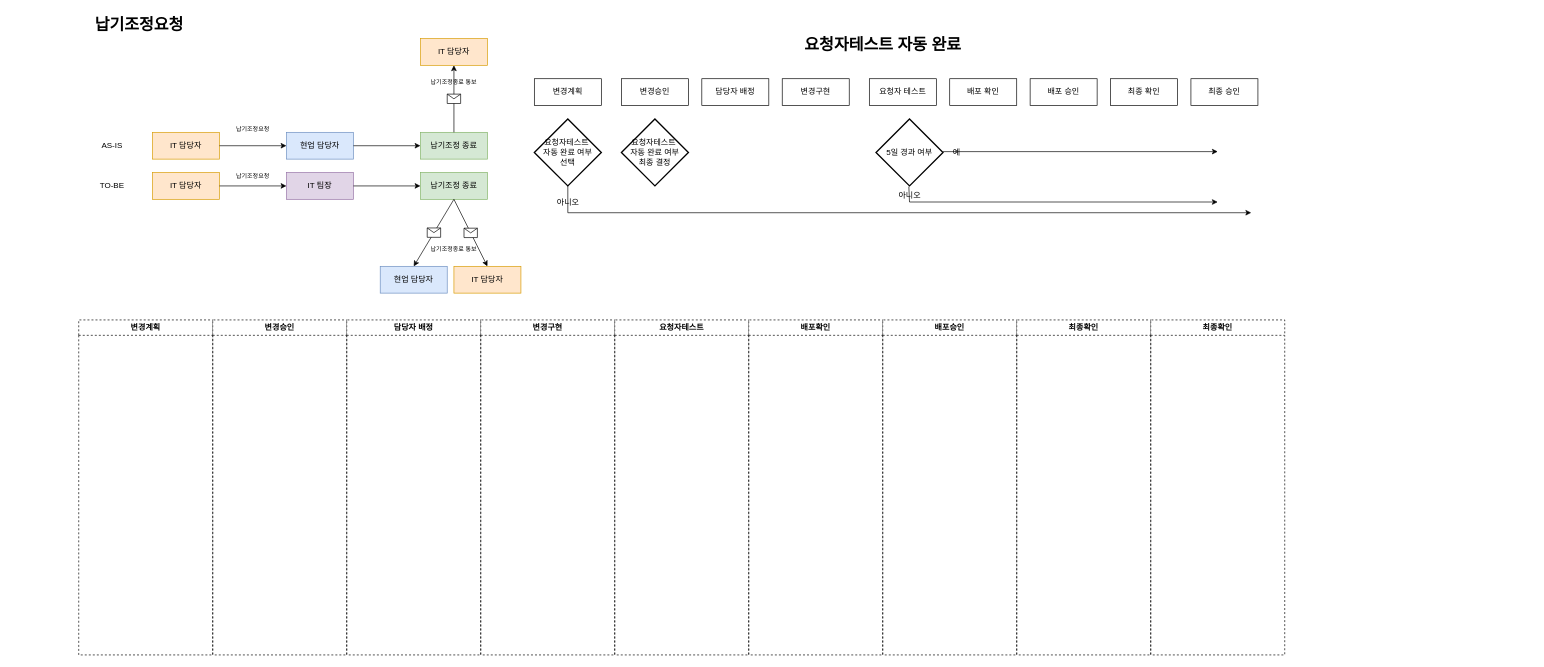
Earlier version of the draw.io diagram 제목 없는 다이어그램.drawio (eoaud0012/Diagram). Source tidied: cells renumbered, new cells numbered last; positions are measured from the earlier drawing's top-left corner, leaving out a move shared by most shapes. Both pictures are drawn from the tidied source at 67%, with x=0, y=0 at pixel (78, 11).
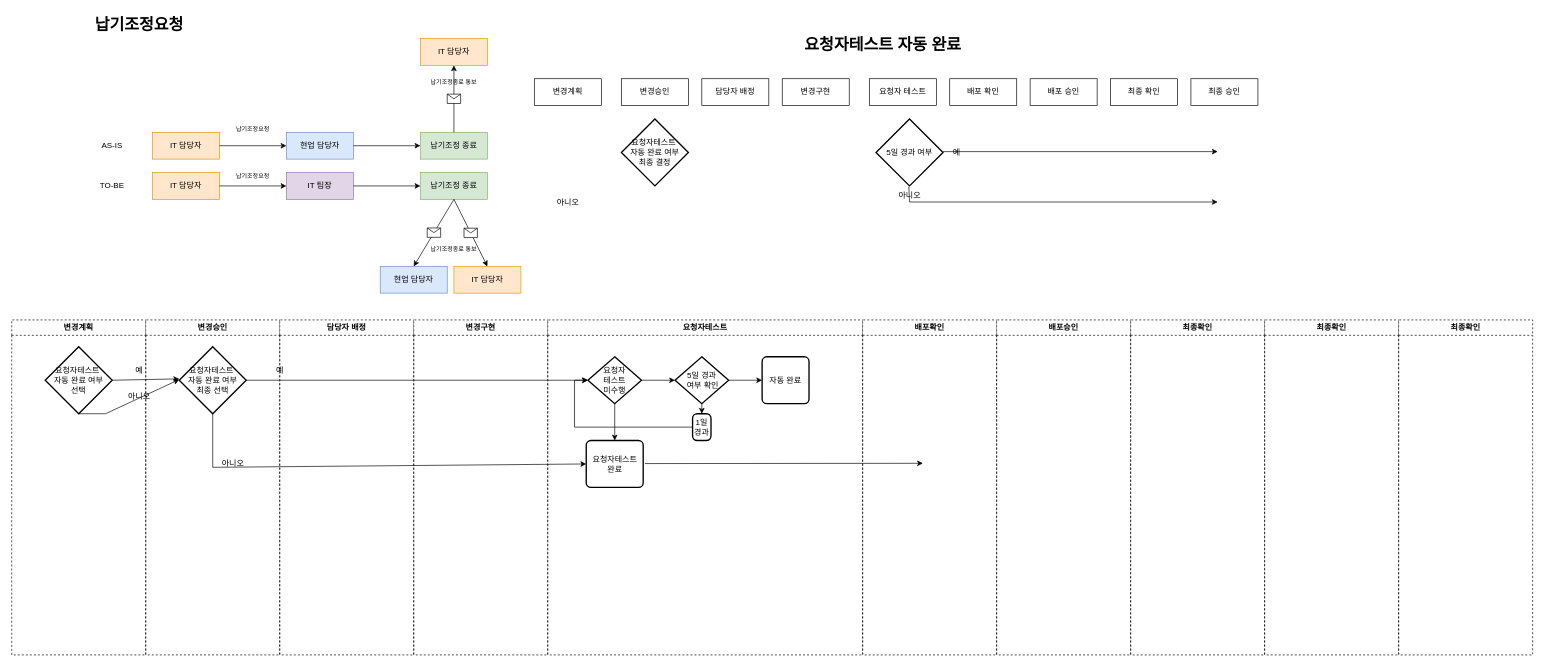
The same page after the edit.

Commit message:
제목 없는 다이어그램.drawio 업데이트(2304041723)

Change to the diagram source:
```diff
@@
-    <mxCell id="26" value="요청자테스트&amp;nbsp;&lt;br&gt;자동 완료 여부 &lt;br&gt;선택" style="strokeWidth=2;html=1;shape=mxgraph.flowchart.decision;whiteSpace=wrap;" parent="1" vertex="1">
-      <mxGeometry x="680" y="160" width="100" height="100" as="geometry" />
-    </mxCell>
-    <mxCell id="27" style="edgeStyle=segmentEdgeStyle;endArrow=classic;html=1;curved=0;rounded=0;endSize=6;startSize=6;exitX=0.5;exitY=1;exitDx=0;exitDy=0;exitPerimeter=0;" parent="1" edge="1" source="26">
-      <mxGeometry relative="1" as="geometry">
-        <mxPoint x="1750" y="300" as="targetPoint" />
-        <Array as="points">
-          <mxPoint x="730" y="300" />
-          <mxPoint x="1750" y="300" />
-        </Array>
-      </mxGeometry>
-    </mxCell>
@@
     <mxCell id="47" value="변경계획" style="swimlane;whiteSpace=wrap;html=1;dashed=1;" parent="1" vertex="1">
-      <mxGeometry y="460" width="200" height="500" as="geometry" />
+      <mxGeometry x="-100" y="460" width="200" height="500" as="geometry" />
     </mxCell>
+    <mxCell id="26" value="요청자테스트&amp;nbsp;&lt;br&gt;자동 완료 여부 &lt;br&gt;선택" style="strokeWidth=2;html=1;shape=mxgraph.flowchart.decision;whiteSpace=wrap;" parent="47" vertex="1">
+      <mxGeometry x="50" y="40" width="100" height="100" as="geometry" />
+    </mxCell>
+    <mxCell id="56" value="예" style="text;html=1;align=center;verticalAlign=middle;strokeColor=none;fillColor=none;" parent="47" vertex="1">
+      <mxGeometry x="170" y="60" width="40" height="30" as="geometry" />
+    </mxCell>
+    <mxCell id="57" value="아니오" style="text;html=1;align=center;verticalAlign=middle;strokeColor=none;fillColor=none;" parent="47" vertex="1">
+      <mxGeometry x="160" y="100" width="60" height="30" as="geometry" />
+    </mxCell>
     <mxCell id="48" value="변경승인" style="swimlane;whiteSpace=wrap;html=1;dashed=1;startSize=23;" parent="1" vertex="1">
-      <mxGeometry x="200" y="460" width="200" height="500" as="geometry" />
+      <mxGeometry x="100" y="460" width="200" height="500" as="geometry" />
     </mxCell>
+    <mxCell id="58" value="요청자테스트&amp;nbsp;&lt;br&gt;자동 완료 여부 &lt;br&gt;최종 선택" style="strokeWidth=2;html=1;shape=mxgraph.flowchart.decision;whiteSpace=wrap;" parent="48" vertex="1">
+      <mxGeometry x="50" y="40" width="100" height="100" as="geometry" />
+    </mxCell>
+    <mxCell id="59" value="아니오" style="text;html=1;align=center;verticalAlign=middle;strokeColor=none;fillColor=none;" parent="48" vertex="1">
+      <mxGeometry x="100" y="200" width="60" height="30" as="geometry" />
+    </mxCell>
     <mxCell id="49" value="담당자 배정" style="swimlane;whiteSpace=wrap;html=1;dashed=1;" parent="1" vertex="1">
-      <mxGeometry x="400" y="460" width="200" height="500" as="geometry" />
+      <mxGeometry x="300" y="460" width="200" height="500" as="geometry" />
     </mxCell>
+    <mxCell id="60" value="예" style="text;html=1;align=center;verticalAlign=middle;strokeColor=none;fillColor=none;" parent="49" vertex="1">
+      <mxGeometry x="-20" y="60" width="40" height="30" as="geometry" />
+    </mxCell>
     <mxCell id="50" value="변경구현" style="swimlane;whiteSpace=wrap;html=1;dashed=1;" parent="1" vertex="1">
-      <mxGeometry x="600" y="460" width="200" height="500" as="geometry" />
+      <mxGeometry x="500" y="460" width="200" height="500" as="geometry" />
     </mxCell>
     <mxCell id="51" value="요청자테스트" style="swimlane;whiteSpace=wrap;html=1;dashed=1;startSize=23;" parent="1" vertex="1">
-      <mxGeometry x="800" y="460" width="200" height="500" as="geometry" />
+      <mxGeometry x="700" y="460" width="470" height="500" as="geometry" />
     </mxCell>
+    <mxCell id="61" value="5일 경과&lt;br&gt;&amp;nbsp;여부 확인" style="strokeWidth=2;html=1;shape=mxgraph.flowchart.decision;whiteSpace=wrap;" parent="51" vertex="1">
+      <mxGeometry x="190" y="55" width="80" height="70" as="geometry" />
+    </mxCell>
+    <mxCell id="62" value="자동 완료" style="rounded=1;whiteSpace=wrap;html=1;absoluteArcSize=1;arcSize=14;strokeWidth=2;" parent="51" vertex="1">
+      <mxGeometry x="320" y="55" width="70" height="70" as="geometry" />
+    </mxCell>
+    <mxCell id="63" style="endArrow=classic;html=1;rounded=0;exitX=1;exitY=0.5;exitDx=0;exitDy=0;exitPerimeter=0;entryX=0;entryY=0.5;entryDx=0;entryDy=0;" parent="51" edge="1" source="61" target="62">
+      <mxGeometry relative="1" as="geometry" />
+    </mxCell>
+    <mxCell id="64" value="요청자테스트&lt;br&gt;완료" style="rounded=1;whiteSpace=wrap;html=1;absoluteArcSize=1;arcSize=14;strokeWidth=2;" parent="51" vertex="1">
+      <mxGeometry x="57.5" y="180" width="85" height="70" as="geometry" />
+    </mxCell>
+    <mxCell id="65" value="요청자&lt;br&gt;테스트&lt;br&gt;미수행" style="strokeWidth=2;html=1;shape=mxgraph.flowchart.decision;whiteSpace=wrap;" parent="51" vertex="1">
+      <mxGeometry x="60" y="55" width="80" height="70" as="geometry" />
+    </mxCell>
+    <mxCell id="66" style="endArrow=classic;html=1;rounded=0;exitX=0.5;exitY=1;exitDx=0;exitDy=0;exitPerimeter=0;" parent="51" edge="1" source="65" target="64">
+      <mxGeometry relative="1" as="geometry" />
+    </mxCell>
+    <mxCell id="67" value="1일 경과" style="rounded=1;whiteSpace=wrap;html=1;absoluteArcSize=1;arcSize=14;strokeWidth=2;" parent="51" vertex="1">
+      <mxGeometry x="216.2" y="140" width="27.5" height="40" as="geometry" />
+    </mxCell>
+    <mxCell id="68" style="edgeStyle=orthogonalEdgeStyle;rounded=0;jettySize=auto;html=1;entryX=0;entryY=0.5;entryDx=0;entryDy=0;entryPerimeter=0;exitX=0;exitY=0.5;exitDx=0;exitDy=0;" parent="51" edge="1" source="67" target="65">
+      <mxGeometry relative="1" as="geometry" />
+    </mxCell>
     <mxCell id="52" value="배포확인" style="swimlane;whiteSpace=wrap;html=1;dashed=1;" parent="1" vertex="1">
-      <mxGeometry x="1000" y="460" width="200" height="500" as="geometry" />
+      <mxGeometry x="1170" y="460" width="200" height="500" as="geometry" />
     </mxCell>
+    <mxCell id="69" style="endArrow=classic;html=1;rounded=0;exitX=1;exitY=0.5;exitDx=0;exitDy=0;exitPerimeter=0;" parent="52" edge="1">
+      <mxGeometry relative="1" as="geometry">
+        <mxPoint x="-325" y="214.4" as="sourcePoint" />
+        <mxPoint x="90" y="214" as="targetPoint" />
+      </mxGeometry>
+    </mxCell>
     <mxCell id="53" value="배포승인" style="swimlane;whiteSpace=wrap;html=1;dashed=1;startSize=23;" parent="1" vertex="1">
-      <mxGeometry x="1200" y="460" width="200" height="500" as="geometry" />
+      <mxGeometry x="1370" y="460" width="200" height="500" as="geometry" />
     </mxCell>
     <mxCell id="54" value="최종확인" style="swimlane;whiteSpace=wrap;html=1;dashed=1;" parent="1" vertex="1">
-      <mxGeometry x="1400" y="460" width="200" height="500" as="geometry" />
+      <mxGeometry x="1570" y="460" width="200" height="500" as="geometry" />
     </mxCell>
     <mxCell id="55" value="최종확인" style="swimlane;whiteSpace=wrap;html=1;dashed=1;" parent="1" vertex="1">
-      <mxGeometry x="1600" y="460" width="200" height="500" as="geometry" />
+      <mxGeometry x="1770" y="460" width="200" height="500" as="geometry" />
     </mxCell>
+    <mxCell id="70" value="최종확인" style="swimlane;whiteSpace=wrap;html=1;dashed=1;" parent="1" vertex="1">
+      <mxGeometry x="1970" y="460" width="200" height="500" as="geometry" />
+    </mxCell>
+    <mxCell id="71" style="endArrow=classic;html=1;rounded=0;exitX=1;exitY=0.5;exitDx=0;exitDy=0;exitPerimeter=0;" parent="1" edge="1" source="26">
+      <mxGeometry relative="1" as="geometry">
+        <mxPoint x="150" y="548" as="targetPoint" />
+      </mxGeometry>
+    </mxCell>
+    <mxCell id="72" style="endArrow=classic;html=1;rounded=0;exitX=0.5;exitY=1;exitDx=0;exitDy=0;exitPerimeter=0;" parent="1" edge="1" source="26">
+      <mxGeometry relative="1" as="geometry">
+        <mxPoint x="150" y="549" as="targetPoint" />
+        <Array as="points">
+          <mxPoint x="40" y="600" />
+        </Array>
+      </mxGeometry>
+    </mxCell>
+    <mxCell id="73" style="endArrow=classic;html=1;rounded=0;exitX=1;exitY=0.5;exitDx=0;exitDy=0;exitPerimeter=0;entryX=0;entryY=0.5;entryDx=0;entryDy=0;entryPerimeter=0;" parent="1" edge="1" source="58" target="65">
+      <mxGeometry relative="1" as="geometry" />
+    </mxCell>
+    <mxCell id="74" style="endArrow=classic;html=1;rounded=0;exitX=0.5;exitY=1;exitDx=0;exitDy=0;exitPerimeter=0;entryX=0;entryY=0.5;entryDx=0;entryDy=0;" parent="1" edge="1" source="58" target="64">
+      <mxGeometry relative="1" as="geometry">
+        <Array as="points">
+          <mxPoint x="200" y="680" />
+        </Array>
+      </mxGeometry>
+    </mxCell>
+    <mxCell id="75" style="endArrow=classic;html=1;rounded=0;entryX=0;entryY=0.5;entryDx=0;entryDy=0;entryPerimeter=0;" parent="1" edge="1" target="61">
+      <mxGeometry relative="1" as="geometry">
+        <mxPoint x="840" y="550" as="sourcePoint" />
+      </mxGeometry>
+    </mxCell>
+    <mxCell id="76" style="edgeStyle=orthogonalEdgeStyle;rounded=0;jettySize=auto;html=1;exitX=0.5;exitY=1;exitDx=0;exitDy=0;exitPerimeter=0;" parent="1" edge="1" source="61">
+      <mxGeometry relative="1" as="geometry">
+        <mxPoint x="930" y="600" as="targetPoint" />
+      </mxGeometry>
+    </mxCell>
```
